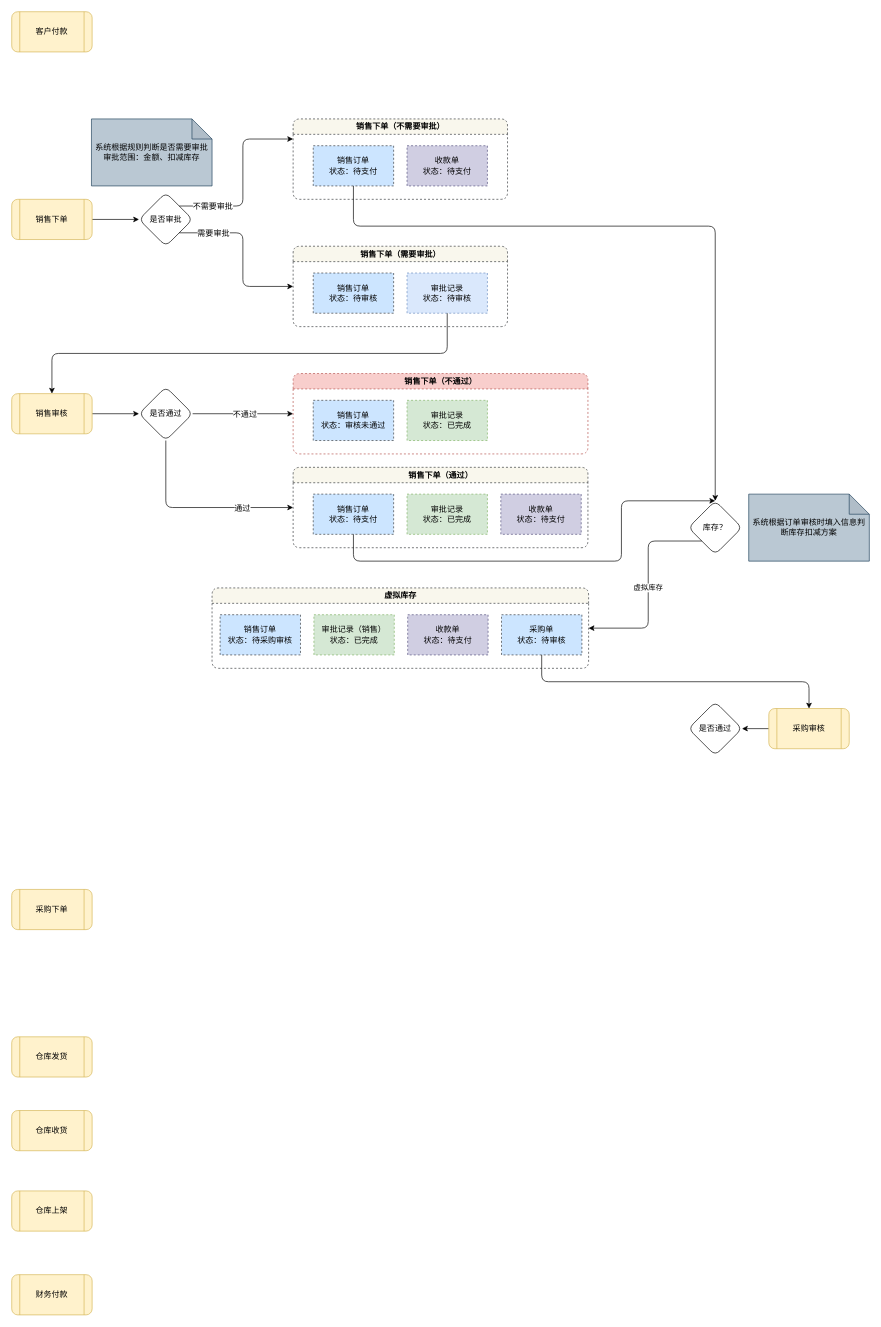
Earlier version of the draw.io diagram page "第 4 页" (4 of 5) of 技术架构.drawio (jason-live/flow). Source tidied: cells renumbered, new cells numbered last; positions are measured from the earlier drawing's top-left corner, leaving out a move shared by most shapes. Both pictures are drawn from the tidied source at 67%, with x=0, y=0 at pixel (11, 11).
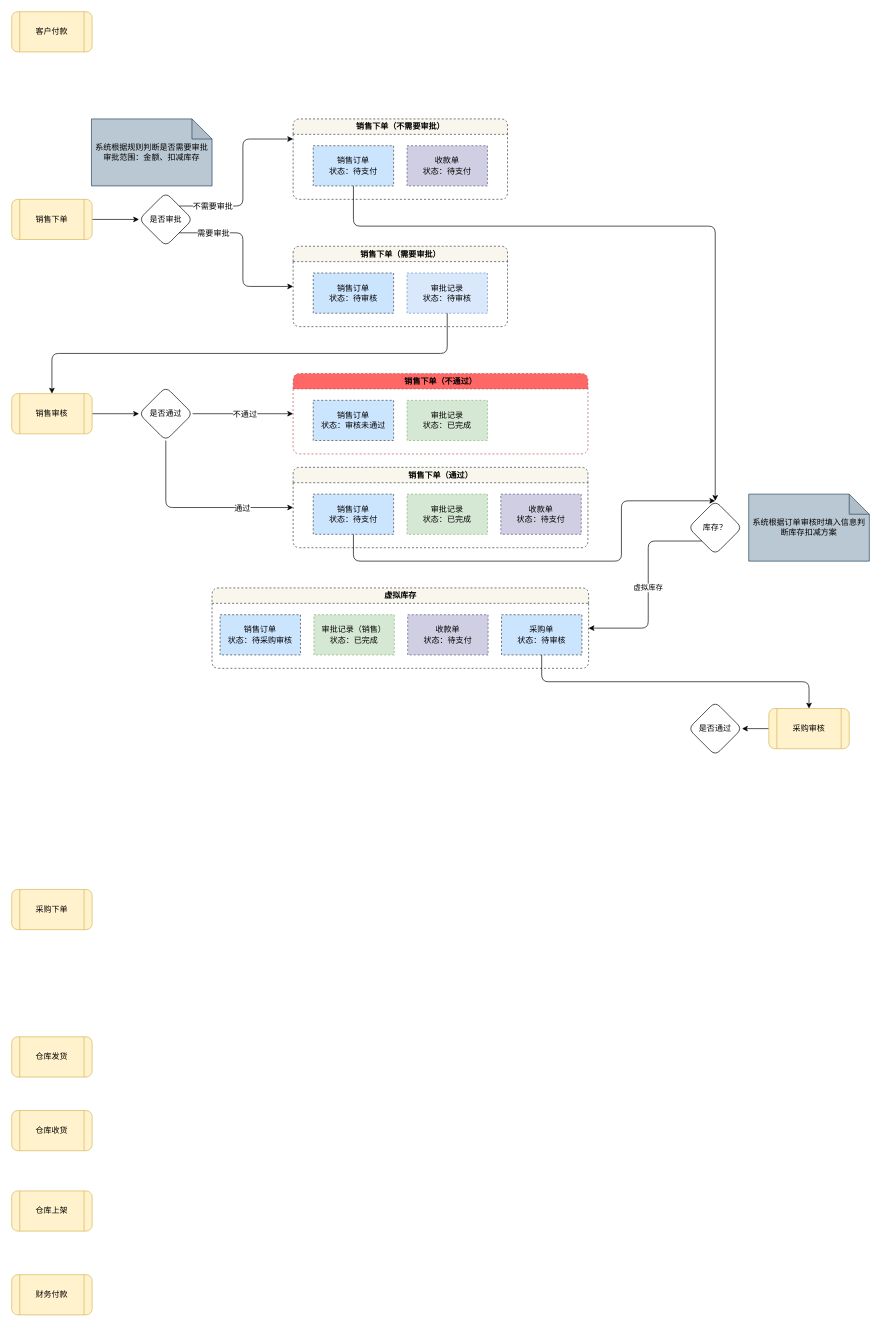
After the change.

Commit message:
更新技术架构.drawio

The edit, as a diff of the source:
```diff
@@
-    <mxCell id="30" value="销售下单（不通过）" style="swimlane;rounded=1;shadow=0;strokeWidth=1;fillColor=#f8cecc;html=1;dashed=1;strokeColor=#b85450;" parent="1" vertex="1">
+    <mxCell id="30" value="销售下单（不通过）" style="swimlane;rounded=1;shadow=0;strokeWidth=1;fillColor=#FF6666;html=1;dashed=1;strokeColor=#b85450;" parent="1" vertex="1">
       <mxGeometry x="420" y="540" width="440" height="120" as="geometry" />
     </mxCell>
```
